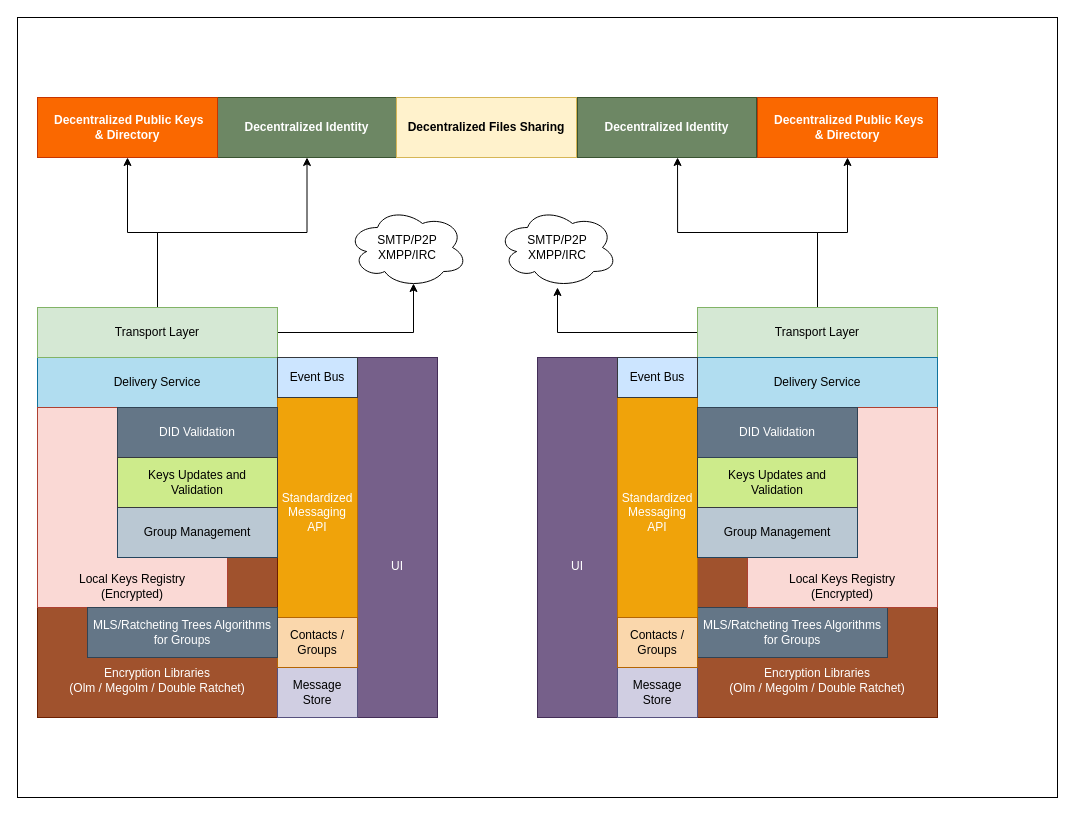
This is page "layers" (4 of 4) of Messaging end-to-end.drawio from bhatti/Aeron, a draw.io file, before an edit. Source tidied: cells renumbered, new cells numbered last; positions are measured from the earlier drawing's top-left corner, leaving out a move shared by most shapes. Both pictures are drawn from the tidied source at 100%, with x=0, y=0 at pixel (17, 17).
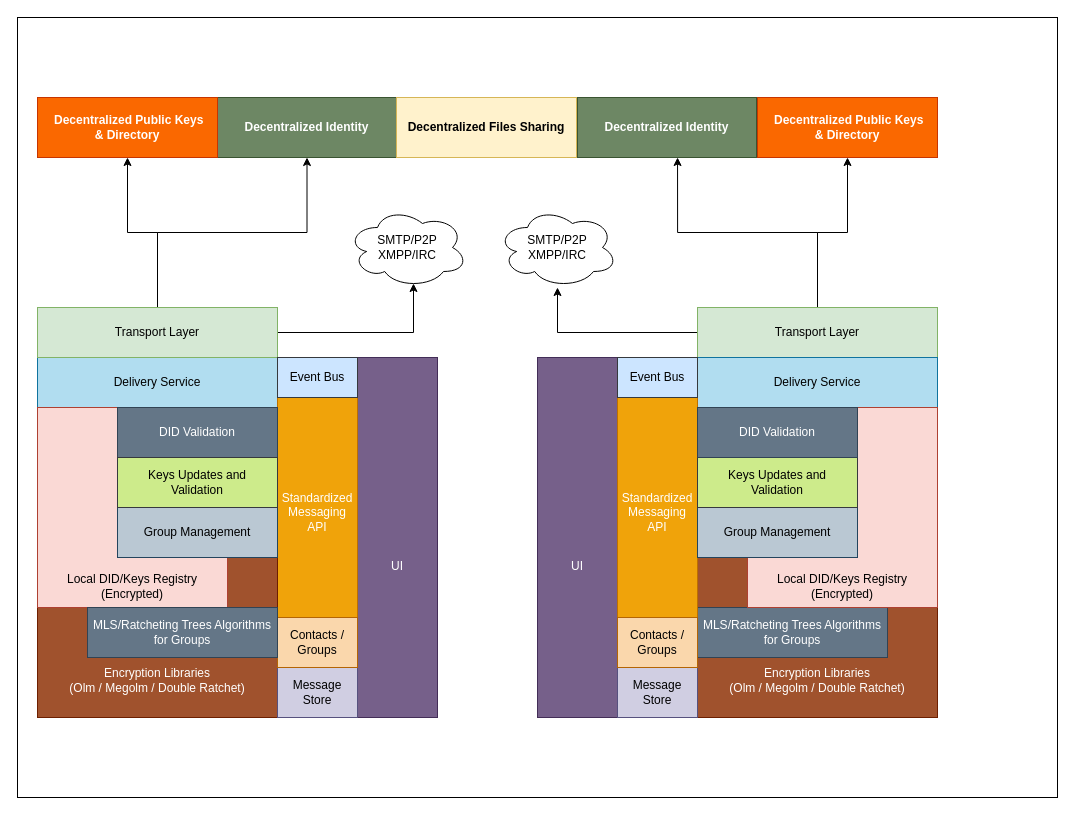
The same page after the edit.

The edit, as a diff of the source:
```diff
@@
-    <mxCell id="28" value="&lt;div&gt;&lt;br&gt;&lt;/div&gt;&lt;div&gt;&lt;br&gt;&lt;/div&gt;&lt;div&gt;&lt;br&gt;&lt;/div&gt;&lt;div&gt;&lt;br&gt;&lt;/div&gt;&lt;div&gt;&lt;br&gt;&lt;/div&gt;&lt;div&gt;&lt;br&gt;&lt;/div&gt;&lt;div&gt;&lt;br&gt;&lt;/div&gt;&lt;div&gt;&lt;br&gt;&lt;/div&gt;&lt;div&gt;&lt;br&gt;&lt;/div&gt;&lt;div&gt;&lt;br&gt;&lt;/div&gt;&lt;div&gt;&lt;br&gt;&lt;/div&gt;&lt;div&gt;Local Keys Registry&lt;br&gt;(Encrypted)&lt;br&gt;&lt;/div&gt;" style="rounded=0;whiteSpace=wrap;html=1;fillColor=#fad9d5;strokeColor=#ae4132;" parent="1" vertex="1">
+    <mxCell id="28" value="&lt;div&gt;&lt;br&gt;&lt;/div&gt;&lt;div&gt;&lt;br&gt;&lt;/div&gt;&lt;div&gt;&lt;br&gt;&lt;/div&gt;&lt;div&gt;&lt;br&gt;&lt;/div&gt;&lt;div&gt;&lt;br&gt;&lt;/div&gt;&lt;div&gt;&lt;br&gt;&lt;/div&gt;&lt;div&gt;&lt;br&gt;&lt;/div&gt;&lt;div&gt;&lt;br&gt;&lt;/div&gt;&lt;div&gt;&lt;br&gt;&lt;/div&gt;&lt;div&gt;&lt;br&gt;&lt;/div&gt;&lt;div&gt;&lt;br&gt;&lt;/div&gt;&lt;div&gt;Local DID/Keys Registry&lt;br&gt;(Encrypted)&lt;br&gt;&lt;/div&gt;" style="rounded=0;whiteSpace=wrap;html=1;fillColor=#fad9d5;strokeColor=#ae4132;" parent="1" vertex="1">
       <mxGeometry x="730" y="390" width="190" height="200" as="geometry" />
     </mxCell>
@@
-    <mxCell id="32" value="&lt;div&gt;&lt;br&gt;&lt;/div&gt;&lt;div&gt;&lt;br&gt;&lt;/div&gt;&lt;div&gt;&lt;br&gt;&lt;/div&gt;&lt;div&gt;&lt;br&gt;&lt;/div&gt;&lt;div&gt;&lt;br&gt;&lt;/div&gt;&lt;div&gt;&lt;br&gt;&lt;/div&gt;&lt;div&gt;&lt;br&gt;&lt;/div&gt;&lt;div&gt;&lt;br&gt;&lt;/div&gt;&lt;div&gt;&lt;br&gt;&lt;/div&gt;&lt;div&gt;&lt;br&gt;&lt;/div&gt;&lt;div&gt;&lt;br&gt;&lt;/div&gt;&lt;div&gt;Local Keys Registry&lt;br&gt;(Encrypted)&lt;br&gt;&lt;/div&gt;" style="rounded=0;whiteSpace=wrap;html=1;fillColor=#fad9d5;strokeColor=#ae4132;" parent="1" vertex="1">
+    <mxCell id="32" value="&lt;div&gt;&lt;br&gt;&lt;/div&gt;&lt;div&gt;&lt;br&gt;&lt;/div&gt;&lt;div&gt;&lt;br&gt;&lt;/div&gt;&lt;div&gt;&lt;br&gt;&lt;/div&gt;&lt;div&gt;&lt;br&gt;&lt;/div&gt;&lt;div&gt;&lt;br&gt;&lt;/div&gt;&lt;div&gt;&lt;br&gt;&lt;/div&gt;&lt;div&gt;&lt;br&gt;&lt;/div&gt;&lt;div&gt;&lt;br&gt;&lt;/div&gt;&lt;div&gt;&lt;br&gt;&lt;/div&gt;&lt;div&gt;&lt;br&gt;&lt;/div&gt;&lt;div&gt;Local DID/Keys Registry&lt;br&gt;(Encrypted)&lt;br&gt;&lt;/div&gt;" style="rounded=0;whiteSpace=wrap;html=1;fillColor=#fad9d5;strokeColor=#ae4132;" parent="1" vertex="1">
       <mxGeometry x="20" y="390" width="190" height="200" as="geometry" />
     </mxCell>
```
